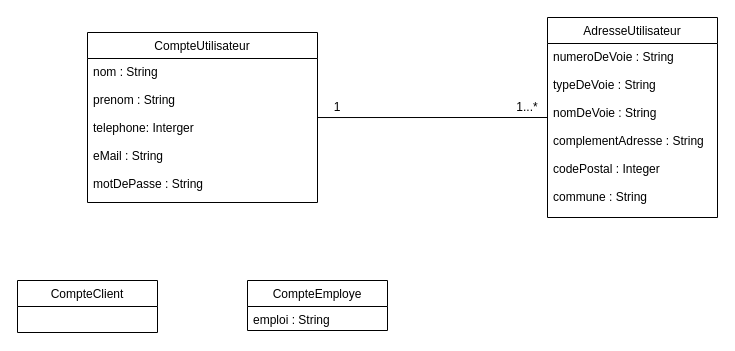
The draw.io diagram Untitled Diagram TACHE 3.drawio in vinsbld/StechOcPizz, before the edit. Source tidied: cells renumbered, new cells numbered last; positions are measured from the earlier drawing's top-left corner, leaving out a move shared by most shapes. Both pictures are drawn from the tidied source at 100%, with x=0, y=0 at pixel (17, 17).
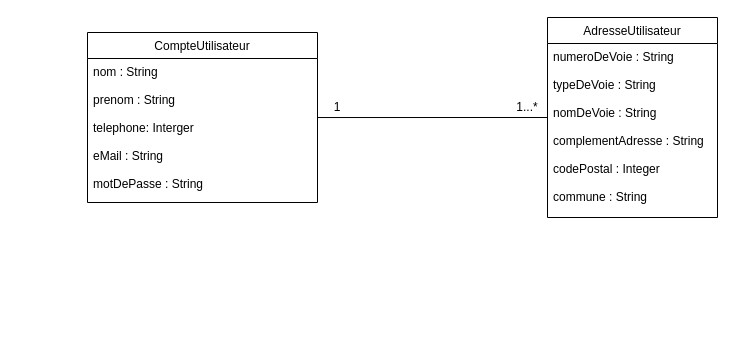
The same page after the edit.

Change to the diagram source:
```diff
@@
 <mxGraphModel>
   <root>
     <mxCell id="0" />
     <mxCell id="1" parent="0" />
-    <mxCell id="2" value="CompteEmploye" style="swimlane;fontStyle=0;horizontal=1;startSize=26;fillColor=none;" parent="1" vertex="1">
-      <mxGeometry x="230" y="263" width="140" height="50" as="geometry" />
-    </mxCell>
-    <mxCell id="3" value="emploi : String&#10;" style="text;strokeColor=none;fillColor=none;align=left;verticalAlign=top;spacingLeft=4;spacingRight=4;overflow=hidden;" parent="2" vertex="1">
-      <mxGeometry y="26" width="140" height="24" as="geometry" />
-    </mxCell>
     <mxCell id="4" value="CompteUtilisateur" style="swimlane;fontStyle=0;horizontal=1;startSize=26;fillColor=none;" parent="1" vertex="1">
       <mxGeometry x="70" y="15" width="230" height="170" as="geometry" />
     </mxCell>
     <mxCell id="5" value="nom : String&#10;&#10;prenom : String&#10;&#10;telephone: Interger&#10;&#10;eMail : String&#10;&#10;motDePasse : String&#10;" style="text;strokeColor=none;fillColor=none;align=left;verticalAlign=top;spacingLeft=4;spacingRight=4;overflow=hidden;points=[[0,0.5],[1,0.5]];portConstraint=eastwest;" parent="4" vertex="1">
       <mxGeometry y="26" width="230" height="144" as="geometry" />
     </mxCell>
-    <mxCell id="6" value="CompteClient" style="swimlane;fontStyle=0;horizontal=1;startSize=26;fillColor=none;" parent="1" vertex="1">
-      <mxGeometry y="263" width="140" height="52" as="geometry" />
-    </mxCell>
     <mxCell id="7" value="AdresseUtilisateur" style="swimlane;fontStyle=0;horizontal=1;startSize=26;fillColor=none;" parent="1" vertex="1">
       <mxGeometry x="530" width="170" height="200" as="geometry" />
     </mxCell>
     <mxCell id="8" value="numeroDeVoie : String&#10;&#10;typeDeVoie : String&#10;&#10;nomDeVoie : String&#10;&#10;complementAdresse : String&#10;&#10;codePostal : Integer&#10;&#10;commune : String&#10;&#10;&#10;&#10;" style="text;strokeColor=none;fillColor=none;align=left;verticalAlign=top;spacingLeft=4;spacingRight=4;overflow=hidden;" parent="7" vertex="1">
       <mxGeometry y="26" width="170" height="174" as="geometry" />
     </mxCell>
     <mxCell id="9" style="edgeStyle=none;rounded=0;jettySize=auto;html=1;entryX=0;entryY=0.5;entryDx=0;entryDy=0;endArrow=none;endFill=0;exitX=1;exitY=0.41;exitDx=0;exitDy=0;exitPerimeter=0;" parent="1" edge="1" source="5" target="7">
       <mxGeometry relative="1" as="geometry" />
     </mxCell>
     <mxCell id="10" value="1" style="text;html=1;strokeColor=none;fillColor=none;align=center;verticalAlign=middle;whiteSpace=wrap;rounded=0;" parent="1" vertex="1">
       <mxGeometry x="300" y="80" width="40" height="20" as="geometry" />
     </mxCell>
     <mxCell id="11" value="1...*" style="text;html=1;strokeColor=none;fillColor=none;align=center;verticalAlign=middle;whiteSpace=wrap;rounded=0;" parent="1" vertex="1">
       <mxGeometry x="490" y="80" width="40" height="20" as="geometry" />
     </mxCell>
   </root>
 </mxGraphModel>
```
